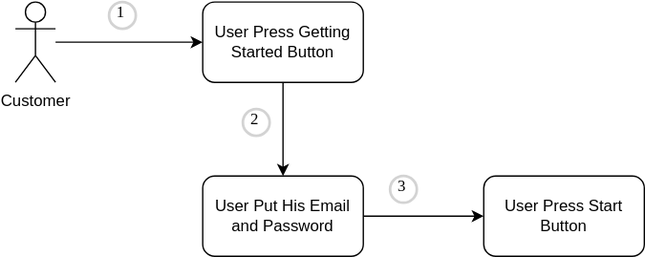
Above: sketch/technical/getting_started.drawio.svg in contacto-ignaciojeria/project-access-control (draw.io), before the change. Source tidied: cells renumbered, new cells last; positions are measured from the earlier drawing's top-left corner, leaving out a move shared by most shapes.
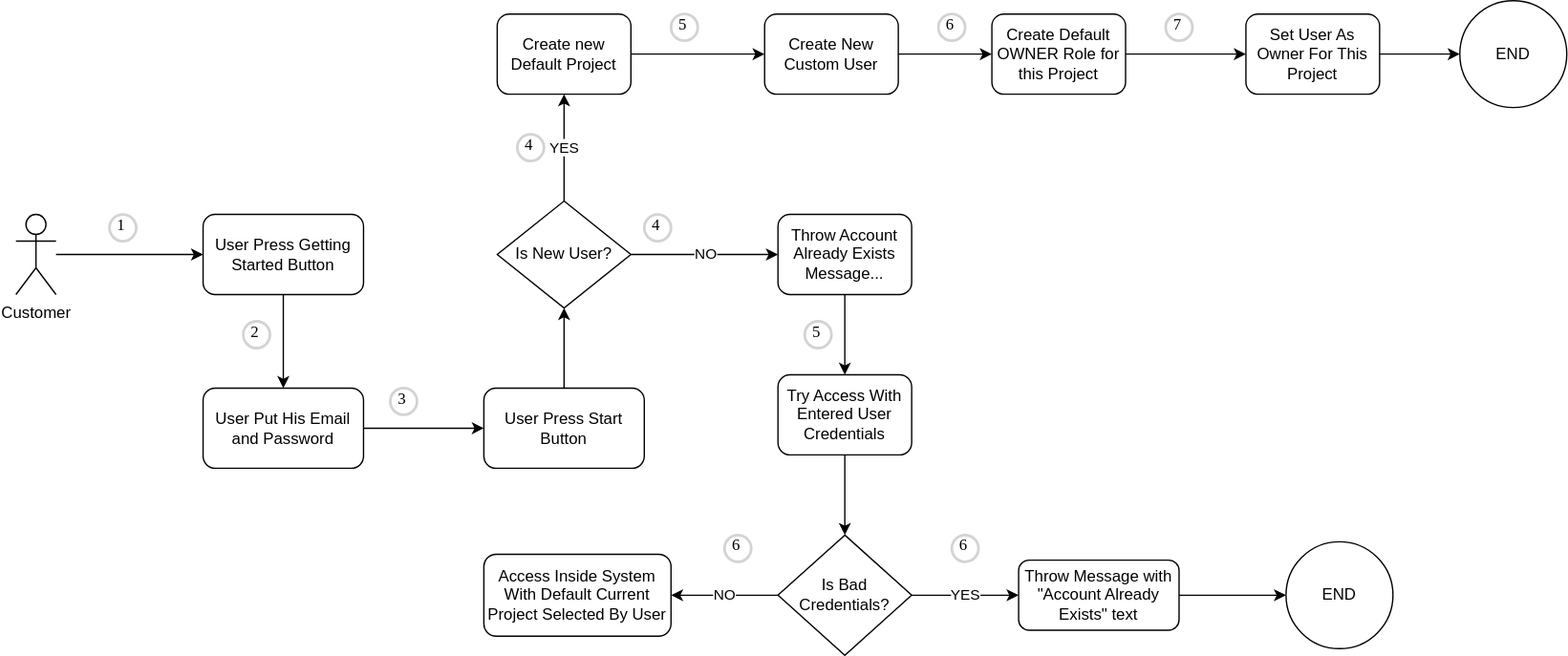
After the commit.

Commit message:
adding business sketch

The edit, as a diff of the source:
```diff
@@ -32,5 +32,101 @@
     <mxCell id="11" value="3" style="ellipse;whiteSpace=wrap;html=1;strokeWidth=2;fontFamily=Tahoma;spacingBottom=4;spacingRight=2;strokeColor=#d3d3d3;" parent="1" vertex="1">
       <mxGeometry x="280" y="130" width="20" height="20" as="geometry" />
     </mxCell>
+    <mxCell id="12" value="Is New User?" style="rhombus;whiteSpace=wrap;html=1;" parent="1" vertex="1">
+      <mxGeometry x="360" y="-10" width="100" height="80" as="geometry" />
+    </mxCell>
+    <mxCell id="13" style="endArrow=classic;html=1;exitX=0.5;exitY=0;exitDx=0;exitDy=0;" parent="1" edge="1" source="9" target="12">
+      <mxGeometry relative="1" as="geometry" />
+    </mxCell>
+    <mxCell id="14" value="Throw Account Already Exists Message..." style="rounded=1;whiteSpace=wrap;html=1;" parent="1" vertex="1">
+      <mxGeometry x="570" width="100" height="60" as="geometry" />
+    </mxCell>
+    <mxCell id="15" value="NO" style="endArrow=classic;html=1;exitX=1;exitY=0.5;exitDx=0;exitDy=0;entryX=0;entryY=0.5;entryDx=0;entryDy=0;" parent="1" edge="1" source="12" target="14">
+      <mxGeometry relative="1" as="geometry" />
+    </mxCell>
+    <mxCell id="16" value="Create new Default Project" style="rounded=1;whiteSpace=wrap;html=1;" parent="1" vertex="1">
+      <mxGeometry x="360" y="-150" width="100" height="60" as="geometry" />
+    </mxCell>
+    <mxCell id="17" value="YES" style="endArrow=classic;html=1;exitX=0.5;exitY=0;exitDx=0;exitDy=0;" parent="1" edge="1" source="12" target="16">
+      <mxGeometry relative="1" as="geometry" />
+    </mxCell>
+    <mxCell id="18" value="4" style="ellipse;whiteSpace=wrap;html=1;strokeWidth=2;fontFamily=Tahoma;spacingBottom=4;spacingRight=2;strokeColor=#d3d3d3;" parent="1" vertex="1">
+      <mxGeometry x="375" y="-60" width="20" height="20" as="geometry" />
+    </mxCell>
+    <mxCell id="19" value="4" style="ellipse;whiteSpace=wrap;html=1;strokeWidth=2;fontFamily=Tahoma;spacingBottom=4;spacingRight=2;strokeColor=#d3d3d3;" parent="1" vertex="1">
+      <mxGeometry x="470" width="20" height="20" as="geometry" />
+    </mxCell>
+    <mxCell id="20" value="Try Access With Entered User Credentials" style="rounded=1;whiteSpace=wrap;html=1;" parent="1" vertex="1">
+      <mxGeometry x="570" y="120" width="100" height="60" as="geometry" />
+    </mxCell>
+    <mxCell id="21" style="endArrow=classic;html=1;exitX=0.5;exitY=1;exitDx=0;exitDy=0;entryX=0.5;entryY=0;entryDx=0;entryDy=0;" parent="1" edge="1" source="14" target="20">
+      <mxGeometry relative="1" as="geometry" />
+    </mxCell>
+    <mxCell id="22" value="5" style="ellipse;whiteSpace=wrap;html=1;strokeWidth=2;fontFamily=Tahoma;spacingBottom=4;spacingRight=2;strokeColor=#d3d3d3;" parent="1" vertex="1">
+      <mxGeometry x="590" y="80" width="20" height="20" as="geometry" />
+    </mxCell>
+    <mxCell id="23" value="Is Bad Credentials?" style="rhombus;whiteSpace=wrap;html=1;" parent="1" vertex="1">
+      <mxGeometry x="570" y="240" width="100" height="90" as="geometry" />
+    </mxCell>
+    <mxCell id="24" style="endArrow=classic;html=1;exitX=0.5;exitY=1;exitDx=0;exitDy=0;entryX=0.5;entryY=0;entryDx=0;entryDy=0;" parent="1" edge="1" source="20" target="23">
+      <mxGeometry relative="1" as="geometry" />
+    </mxCell>
+    <mxCell id="25" value="Throw Message with &quot;Account Already Exists&quot; text&amp;nbsp;" style="rounded=1;whiteSpace=wrap;html=1;" parent="1" vertex="1">
+      <mxGeometry x="750" y="258.8" width="120" height="52.5" as="geometry" />
+    </mxCell>
+    <mxCell id="26" value="YES" style="endArrow=classic;html=1;exitX=1;exitY=0.5;exitDx=0;exitDy=0;entryX=0;entryY=0.5;entryDx=0;entryDy=0;" parent="1" edge="1" source="23" target="25">
+      <mxGeometry relative="1" as="geometry" />
+    </mxCell>
+    <mxCell id="27" value="6" style="ellipse;whiteSpace=wrap;html=1;strokeWidth=2;fontFamily=Tahoma;spacingBottom=4;spacingRight=2;strokeColor=#d3d3d3;" parent="1" vertex="1">
+      <mxGeometry x="530" y="240" width="20" height="20" as="geometry" />
+    </mxCell>
+    <mxCell id="28" value="Access Inside System With Default Current Project Selected By User" style="rounded=1;whiteSpace=wrap;html=1;" parent="1" vertex="1">
+      <mxGeometry x="350" y="254.4" width="140" height="61.2" as="geometry" />
+    </mxCell>
+    <mxCell id="29" value="NO" style="endArrow=classic;html=1;entryX=1;entryY=0.5;entryDx=0;entryDy=0;exitX=0;exitY=0.5;exitDx=0;exitDy=0;" parent="1" edge="1" source="23" target="28">
+      <mxGeometry relative="1" as="geometry" />
+    </mxCell>
+    <mxCell id="30" value="6" style="ellipse;whiteSpace=wrap;html=1;strokeWidth=2;fontFamily=Tahoma;spacingBottom=4;spacingRight=2;strokeColor=#d3d3d3;" parent="1" vertex="1">
+      <mxGeometry x="700" y="240" width="20" height="20" as="geometry" />
+    </mxCell>
+    <mxCell id="31" value="Create Default OWNER Role for this Project" style="rounded=1;whiteSpace=wrap;html=1;" parent="1" vertex="1">
+      <mxGeometry x="730" y="-150" width="100" height="60" as="geometry" />
+    </mxCell>
+    <mxCell id="32" style="endArrow=classic;html=1;exitX=1;exitY=0.5;exitDx=0;exitDy=0;entryX=0;entryY=0.5;entryDx=0;entryDy=0;" parent="1" edge="1" source="16" target="34">
+      <mxGeometry relative="1" as="geometry" />
+    </mxCell>
+    <mxCell id="33" value="5" style="ellipse;whiteSpace=wrap;html=1;strokeWidth=2;fontFamily=Tahoma;spacingBottom=4;spacingRight=2;strokeColor=#d3d3d3;" parent="1" vertex="1">
+      <mxGeometry x="490" y="-150" width="20" height="20" as="geometry" />
+    </mxCell>
+    <mxCell id="34" value="Create New Custom User" style="rounded=1;whiteSpace=wrap;html=1;" parent="1" vertex="1">
+      <mxGeometry x="560" y="-150" width="100" height="60" as="geometry" />
+    </mxCell>
+    <mxCell id="35" style="endArrow=classic;html=1;exitX=1;exitY=0.5;exitDx=0;exitDy=0;entryX=0;entryY=0.5;entryDx=0;entryDy=0;" parent="1" edge="1" source="34" target="31">
+      <mxGeometry relative="1" as="geometry" />
+    </mxCell>
+    <mxCell id="36" value="6" style="ellipse;whiteSpace=wrap;html=1;strokeWidth=2;fontFamily=Tahoma;spacingBottom=4;spacingRight=2;strokeColor=#d3d3d3;" parent="1" vertex="1">
+      <mxGeometry x="690" y="-150" width="20" height="20" as="geometry" />
+    </mxCell>
+    <mxCell id="37" value="Set User As Owner For This Project" style="rounded=1;whiteSpace=wrap;html=1;" parent="1" vertex="1">
+      <mxGeometry x="920" y="-150" width="100" height="60" as="geometry" />
+    </mxCell>
+    <mxCell id="38" style="endArrow=classic;html=1;exitX=1;exitY=0.5;exitDx=0;exitDy=0;" parent="1" edge="1" source="31" target="37">
+      <mxGeometry relative="1" as="geometry" />
+    </mxCell>
+    <mxCell id="39" value="7" style="ellipse;whiteSpace=wrap;html=1;strokeWidth=2;fontFamily=Tahoma;spacingBottom=4;spacingRight=2;strokeColor=#d3d3d3;" parent="1" vertex="1">
+      <mxGeometry x="860" y="-150" width="20" height="20" as="geometry" />
+    </mxCell>
+    <mxCell id="40" value="END" style="ellipse;whiteSpace=wrap;html=1;" parent="1" vertex="1">
+      <mxGeometry x="950" y="245" width="80" height="80" as="geometry" />
+    </mxCell>
+    <mxCell id="41" style="endArrow=classic;html=1;exitX=1;exitY=0.5;exitDx=0;exitDy=0;" parent="1" edge="1" source="25" target="40">
+      <mxGeometry relative="1" as="geometry" />
+    </mxCell>
+    <mxCell id="42" value="END" style="ellipse;whiteSpace=wrap;html=1;" parent="1" vertex="1">
+      <mxGeometry x="1080" y="-160" width="80" height="80" as="geometry" />
+    </mxCell>
+    <mxCell id="43" style="endArrow=classic;html=1;exitX=1;exitY=0.5;exitDx=0;exitDy=0;entryX=0;entryY=0.5;entryDx=0;entryDy=0;" parent="1" edge="1" source="37" target="42">
+      <mxGeometry relative="1" as="geometry" />
+    </mxCell>
   </root>
 </mxGraphModel>
```
